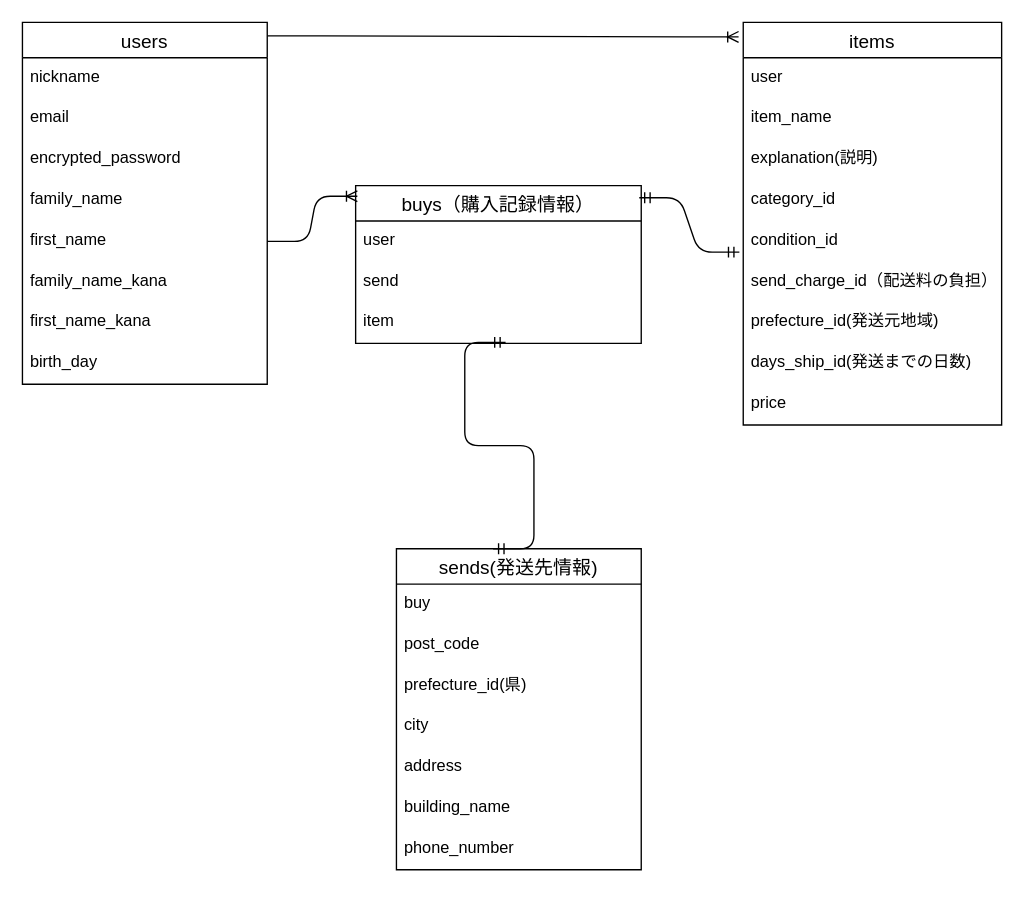
The draw.io diagram furima-37971.dio in monday0413/furima-37971, before the edit. Source tidied: cells renumbered, new cells numbered last; positions are measured from the earlier drawing's top-left corner, leaving out a move shared by most shapes. Both pictures are drawn from the tidied source at 136%, with x=0, y=0 at pixel (22, 22).
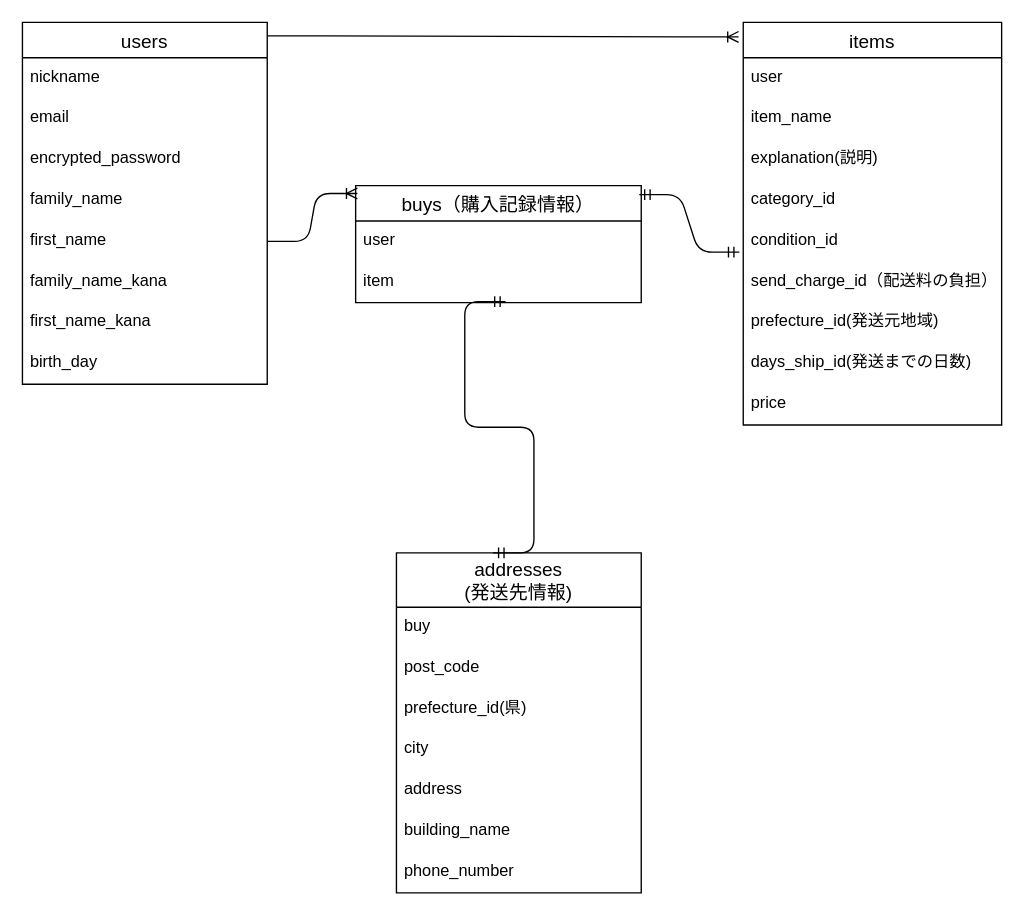
The same diagram, later.

Commit message (it also covers changes not shown here):
カラム名、テーブル名の変更

Change to the diagram source:
```diff
@@
     <mxCell id="11" value="buys（購入記録情報） " style="swimlane;fontStyle=0;horizontal=1;startSize=26;align=center;fontSize=14;" parent="1" vertex="1">
-      <mxGeometry x="245" y="120" width="210" height="116" as="geometry" />
+      <mxGeometry x="245" y="120" width="210" height="86" as="geometry" />
     </mxCell>
@@
-    <mxCell id="13" value="send" style="text;strokeColor=none;fillColor=none;spacingLeft=4;spacingRight=4;overflow=hidden;fontSize=12;" parent="11" vertex="1">
-      <mxGeometry y="56" width="210" height="30" as="geometry" />
-    </mxCell>
     <mxCell id="14" value="item" style="text;strokeColor=none;fillColor=none;spacingLeft=4;spacingRight=4;overflow=hidden;points=[[0,0.5],[1,0.5]];portConstraint=eastwest;fontSize=12;" parent="11" vertex="1">
-      <mxGeometry y="86" width="210" height="30" as="geometry" />
+      <mxGeometry y="56" width="210" height="30" as="geometry" />
     </mxCell>
@@
-    <mxCell id="25" value="sends(発送先情報)" style="swimlane;fontStyle=0;horizontal=1;startSize=26;align=center;fontSize=14;" parent="1" vertex="1">
-      <mxGeometry x="275" y="387" width="180" height="236" as="geometry" />
+    <mxCell id="25" value="addresses&#10;(発送先情報)" style="swimlane;fontStyle=0;horizontal=1;startSize=40;align=center;fontSize=14;" parent="1" vertex="1">
+      <mxGeometry x="275" y="390" width="180" height="250" as="geometry" />
     </mxCell>
     <mxCell id="26" value="buy" style="text;strokeColor=none;fillColor=none;spacingLeft=4;spacingRight=4;overflow=hidden;fontSize=12;" parent="25" vertex="1">
-      <mxGeometry y="26" width="180" height="30" as="geometry" />
+      <mxGeometry y="40" width="180" height="30" as="geometry" />
     </mxCell>
     <mxCell id="27" value="post_code" style="text;strokeColor=none;fillColor=none;spacingLeft=4;spacingRight=4;overflow=hidden;fontSize=12;" parent="25" vertex="1">
-      <mxGeometry y="56" width="180" height="30" as="geometry" />
+      <mxGeometry y="70" width="180" height="30" as="geometry" />
     </mxCell>
     <mxCell id="28" value="prefecture_id(県)" style="text;strokeColor=none;fillColor=none;spacingLeft=4;spacingRight=4;overflow=hidden;fontSize=12;" parent="25" vertex="1">
-      <mxGeometry y="86" width="180" height="30" as="geometry" />
+      <mxGeometry y="100" width="180" height="30" as="geometry" />
     </mxCell>
     <mxCell id="29" value="city" style="text;strokeColor=none;fillColor=none;spacingLeft=4;spacingRight=4;overflow=hidden;fontSize=12;" parent="25" vertex="1">
-      <mxGeometry y="116" width="180" height="30" as="geometry" />
+      <mxGeometry y="130" width="180" height="30" as="geometry" />
     </mxCell>
     <mxCell id="30" value="address" style="text;strokeColor=none;fillColor=none;spacingLeft=4;spacingRight=4;overflow=hidden;fontSize=12;" parent="25" vertex="1">
-      <mxGeometry y="146" width="180" height="30" as="geometry" />
+      <mxGeometry y="160" width="180" height="30" as="geometry" />
     </mxCell>
     <mxCell id="31" value="building_name" style="text;strokeColor=none;fillColor=none;spacingLeft=4;spacingRight=4;overflow=hidden;fontSize=12;" parent="25" vertex="1">
-      <mxGeometry y="176" width="180" height="30" as="geometry" />
+      <mxGeometry y="190" width="180" height="30" as="geometry" />
     </mxCell>
     <mxCell id="32" value="phone_number" style="text;strokeColor=none;fillColor=none;spacingLeft=4;spacingRight=4;overflow=hidden;fontSize=12;" parent="25" vertex="1">
-      <mxGeometry y="206" width="180" height="30" as="geometry" />
+      <mxGeometry y="220" width="180" height="30" as="geometry" />
     </mxCell>
```
